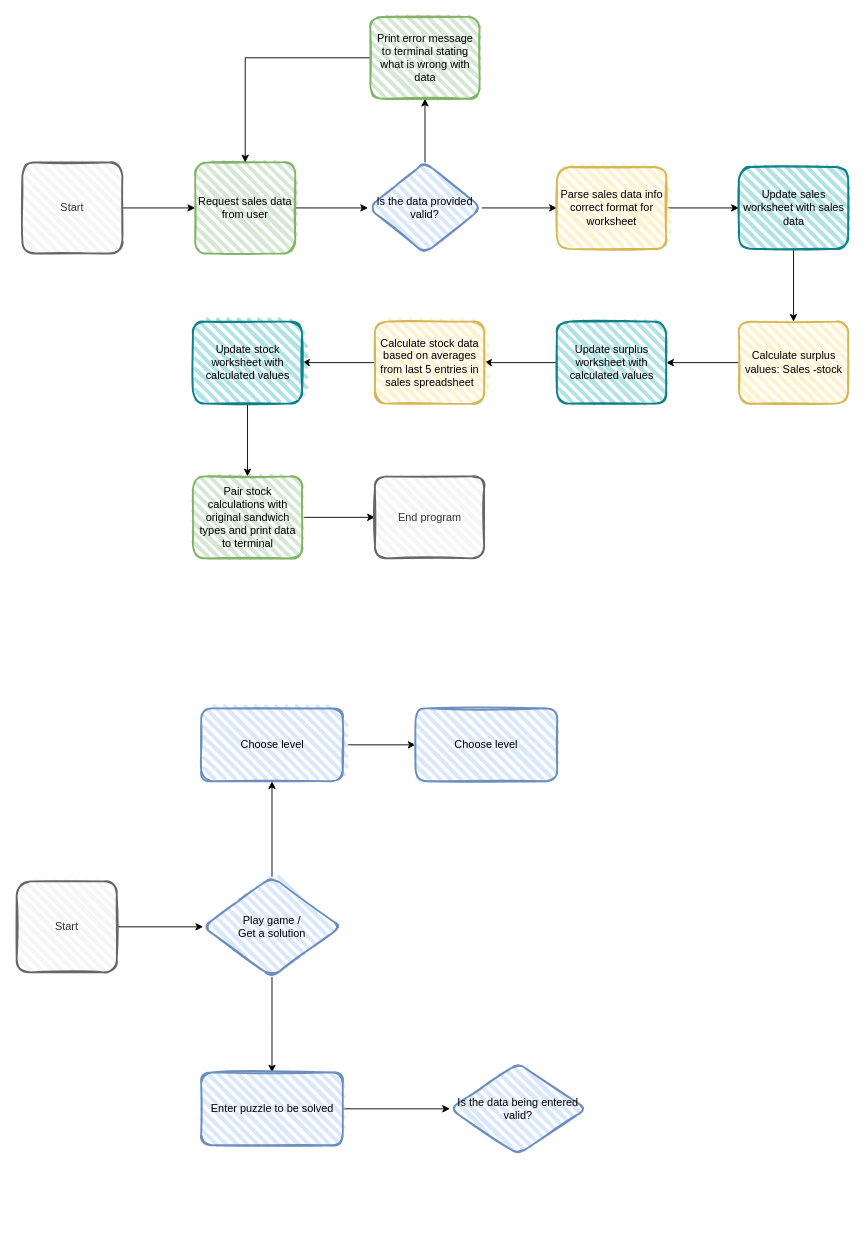
Above: docs/diagrams/sudoku_game_play.drawio in halfpintutopia/sudoku (draw.io), before the change. Source tidied: cells renumbered, new cells numbered last; positions are measured from the earlier drawing's top-left corner, leaving out a move shared by most shapes. Both pictures are drawn from the tidied source at 91%, with x=0, y=0 at pixel (16, 16).
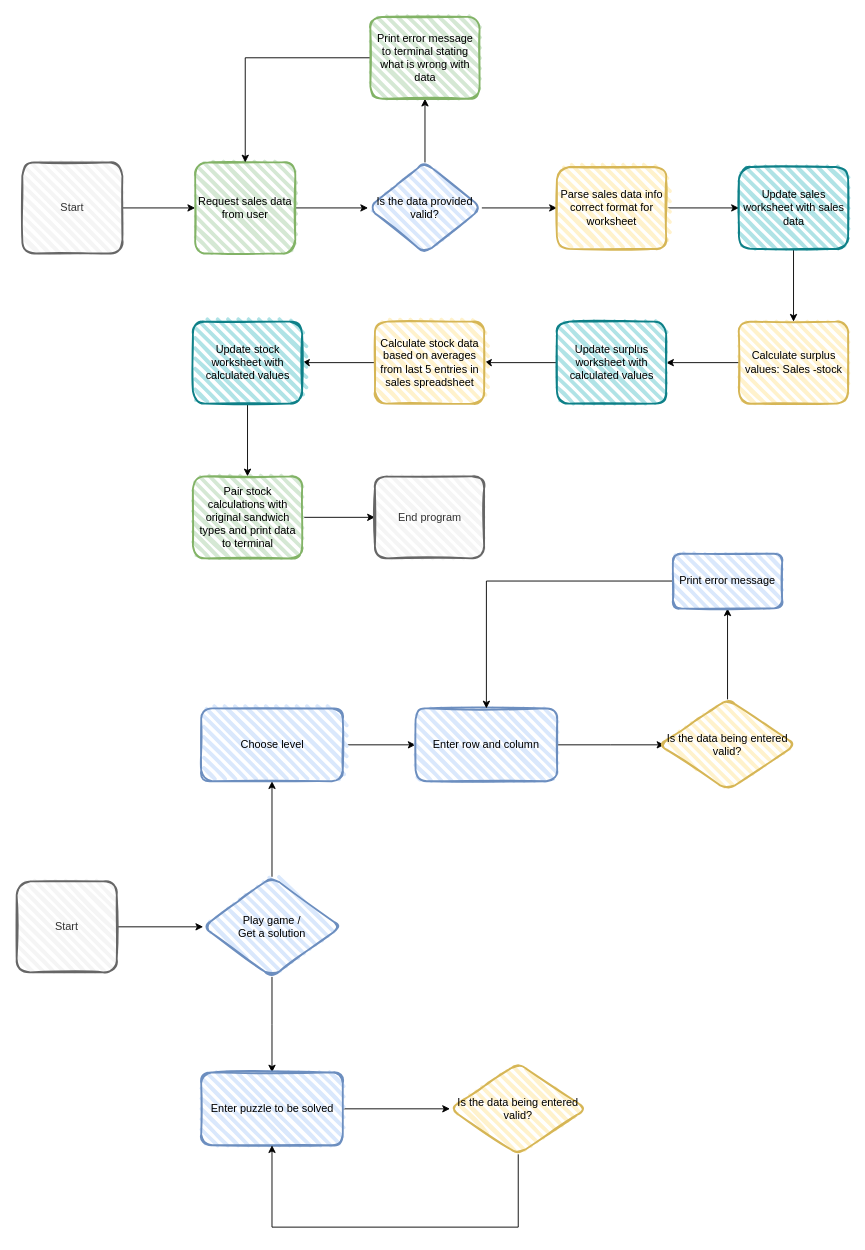
The same diagram, later.

Commit message:
Initial add of valiation checks on input for flow chart

Unchanged cells that the change refers to:
```xml
<mxCell id="34" value="Enter puzzle to be solved" style="rounded=1;whiteSpace=wrap;html=1;fillColor=#dae8fc;strokeColor=#6c8ebf;strokeWidth=2;fillWeight=4;hachureGap=8;hachureAngle=45;sketch=1;" parent="1" vertex="1">
  <mxGeometry x="202.6" y="1160" width="155.6" height="80" as="geometry" />
</mxCell>
```

Change to the diagram source:
```diff
@@
+    <mxCell id="37" style="edgeStyle=orthogonalEdgeStyle;rounded=0;jettySize=auto;html=1;exitX=0.5;exitY=1;exitDx=0;exitDy=0;entryX=0.5;entryY=1;entryDx=0;entryDy=0;" parent="1" edge="1" source="35" target="34">
+      <mxGeometry relative="1" as="geometry">
+        <Array as="points">
+          <mxPoint x="551" y="1330" />
+          <mxPoint x="280" y="1330" />
+        </Array>
+      </mxGeometry>
+    </mxCell>
-    <mxCell id="35" value="Is the data being entered valid?" style="rhombus;whiteSpace=wrap;html=1;fillColor=#dae8fc;strokeColor=#6c8ebf;rounded=1;strokeWidth=2;fillWeight=4;hachureGap=8;hachureAngle=45;sketch=1;" parent="1" vertex="1">
+    <mxCell id="35" value="Is the data being entered valid?" style="rhombus;whiteSpace=wrap;html=1;fillColor=#fff2cc;strokeColor=#d6b656;rounded=1;strokeWidth=2;fillWeight=4;hachureGap=8;hachureAngle=45;sketch=1;" parent="1" vertex="1">
       <mxGeometry x="476" y="1150" width="150" height="100" as="geometry" />
     </mxCell>
+    <mxCell id="38" style="edgeStyle=orthogonalEdgeStyle;rounded=0;jettySize=auto;html=1;" parent="1" edge="1" source="36">
+      <mxGeometry relative="1" as="geometry">
+        <mxPoint x="711.6" y="800" as="targetPoint" />
+      </mxGeometry>
+    </mxCell>
-    <mxCell id="36" value="Choose level" style="rounded=1;whiteSpace=wrap;html=1;fillColor=#dae8fc;strokeColor=#6c8ebf;strokeWidth=2;fillWeight=4;hachureGap=8;hachureAngle=45;sketch=1;" parent="1" vertex="1">
+    <mxCell id="36" value="Enter row and column" style="rounded=1;whiteSpace=wrap;html=1;fillColor=#dae8fc;strokeColor=#6c8ebf;strokeWidth=2;fillWeight=4;hachureGap=8;hachureAngle=45;sketch=1;" parent="1" vertex="1">
       <mxGeometry x="438.2" y="760" width="155.6" height="80" as="geometry" />
     </mxCell>
+    <mxCell id="39" style="edgeStyle=orthogonalEdgeStyle;rounded=0;jettySize=auto;html=1;" parent="1" edge="1" source="40" target="42">
+      <mxGeometry relative="1" as="geometry" />
+    </mxCell>
+    <mxCell id="40" value="Is the data being entered valid?" style="rhombus;whiteSpace=wrap;html=1;fillColor=#fff2cc;strokeColor=#d6b656;rounded=1;strokeWidth=2;fillWeight=4;hachureGap=8;hachureAngle=45;sketch=1;" parent="1" vertex="1">
+      <mxGeometry x="706" y="750" width="150" height="100" as="geometry" />
+    </mxCell>
+    <mxCell id="41" style="edgeStyle=orthogonalEdgeStyle;rounded=0;jettySize=auto;html=1;exitX=0;exitY=0.5;exitDx=0;exitDy=0;entryX=0.5;entryY=0;entryDx=0;entryDy=0;" parent="1" edge="1" source="42" target="36">
+      <mxGeometry relative="1" as="geometry" />
+    </mxCell>
+    <mxCell id="42" value="Print error message" style="whiteSpace=wrap;html=1;fillColor=#dae8fc;strokeColor=#6c8ebf;rounded=1;strokeWidth=2;fillWeight=4;hachureGap=8;hachureAngle=45;sketch=1;" parent="1" vertex="1">
+      <mxGeometry x="721" y="590" width="120" height="60" as="geometry" />
+    </mxCell>
```
